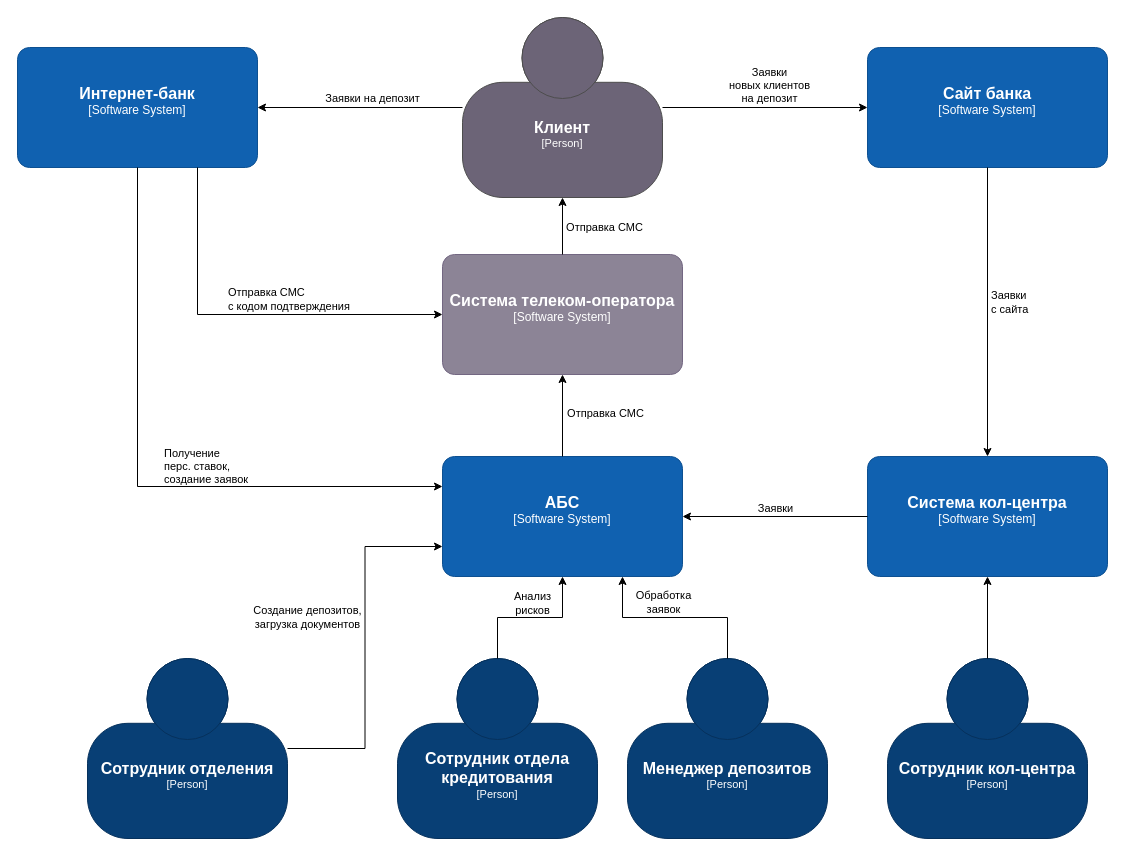
kmaslov/architecture-standart keeps this draw.io diagram as page "context-3" (3 of 6) of diagrams.drawio. Above is the earlier version. Source tidied: cells renumbered, new cells numbered last; positions are measured from the earlier drawing's top-left corner, leaving out a move shared by most shapes. Both pictures are drawn from the tidied source at 100%, with x=0, y=0 at pixel (17, 17).
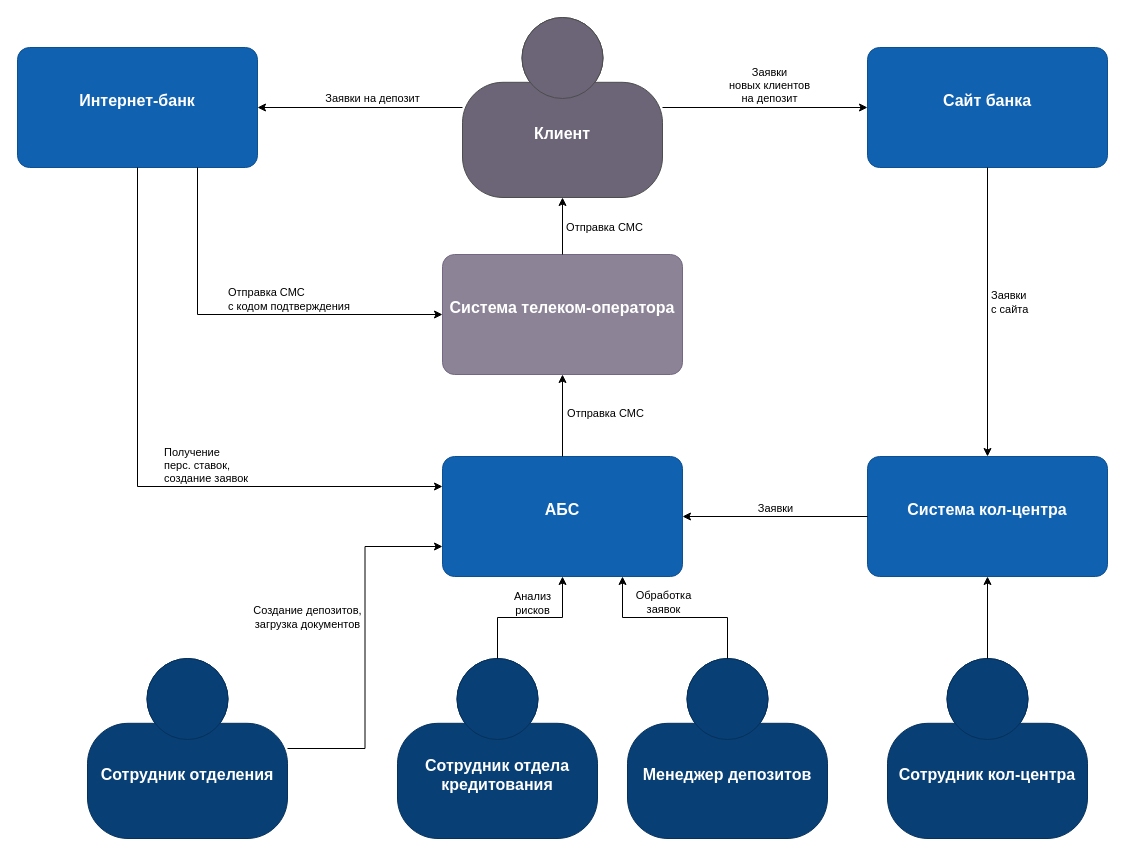
Above is the later version.

The change refers to these unchanged cells:
```xml
<mxCell id="16" style="edgeStyle=orthogonalEdgeStyle;rounded=0;jettySize=auto;html=1;entryX=0;entryY=0.25;entryDx=0;entryDy=0;entryPerimeter=0;exitX=0.5;exitY=1;exitDx=0;exitDy=0;exitPerimeter=0;" parent="1" edge="1" source="12" target="6">
  <mxGeometry relative="1" as="geometry" />
</mxCell>
```

Change to the diagram source:
```diff
@@
-    <object id="2" label="&lt;font style=&quot;font-size: 16px&quot;&gt;&lt;b&gt;%c4Name%&lt;/b&gt;&lt;/font&gt;&lt;div&gt;[%c4Type%]&lt;/div&gt;&lt;br&gt;&lt;div&gt;&lt;font style=&quot;font-size: 11px&quot;&gt;&lt;font color=&quot;#cccccc&quot;&gt;%c4Description%&lt;/font&gt;&lt;/div&gt;" c4Description="" c4Name="Сотрудник отдела кредитования" c4Type="Person" placeholders="1">
+    <object id="2" label="&lt;font style=&quot;font-size: 16px&quot;&gt;&lt;b&gt;%c4Name%&lt;/b&gt;&lt;/font&gt;&lt;div&gt;&lt;/div&gt;&lt;br&gt;&lt;div&gt;&lt;font style=&quot;font-size: 11px&quot;&gt;&lt;font color=&quot;#cccccc&quot;&gt;%c4Description%&lt;/font&gt;&lt;/div&gt;" c4Description="" c4Name="Сотрудник отдела кредитования" placeholders="1">
       <mxCell style="html=1;fontSize=11;dashed=0;whiteSpace=wrap;fillColor=#083F75;strokeColor=#06315C;fontColor=#ffffff;shape=mxgraph.c4.person2;align=center;points=[[0.5,0,0],[1,0.5,0],[1,0.75,0],[0.75,1,0],[0.5,1,0],[0.25,1,0],[0,0.75,0],[0,0.5,0]];" parent="1" vertex="1">
         <mxGeometry x="380" y="641" width="200" height="180" as="geometry" />
       </mxCell>
     </object>
-    <object id="3" label="&lt;font style=&quot;font-size: 16px&quot;&gt;&lt;b&gt;%c4Name%&lt;/b&gt;&lt;/font&gt;&lt;div&gt;[%c4Type%]&lt;/div&gt;&lt;br&gt;&lt;div&gt;&lt;font style=&quot;font-size: 11px&quot;&gt;&lt;font color=&quot;#cccccc&quot;&gt;%c4Description%&lt;/font&gt;&lt;/div&gt;" c4Description="" c4Name="Сотрудник кол-центра" c4Type="Person" placeholders="1">
+    <object id="3" label="&lt;font style=&quot;font-size: 16px&quot;&gt;&lt;b&gt;%c4Name%&lt;/b&gt;&lt;/font&gt;&lt;div&gt;&lt;/div&gt;&lt;br&gt;&lt;div&gt;&lt;font style=&quot;font-size: 11px&quot;&gt;&lt;font color=&quot;#cccccc&quot;&gt;%c4Description%&lt;/font&gt;&lt;/div&gt;" c4Description="" c4Name="Сотрудник кол-центра" placeholders="1">
       <mxCell style="html=1;fontSize=11;dashed=0;whiteSpace=wrap;fillColor=#083F75;strokeColor=#06315C;fontColor=#ffffff;shape=mxgraph.c4.person2;align=center;points=[[0.5,0,0],[1,0.5,0],[1,0.75,0],[0.75,1,0],[0.5,1,0],[0.25,1,0],[0,0.75,0],[0,0.5,0]];" parent="1" vertex="1">
         <mxGeometry x="870" y="641" width="200" height="180" as="geometry" />
       </mxCell>
     </object>
-    <object id="4" label="&lt;font style=&quot;font-size: 16px&quot;&gt;&lt;b&gt;%c4Name%&lt;/b&gt;&lt;/font&gt;&lt;div&gt;[%c4Type%]&lt;/div&gt;&lt;br&gt;&lt;div&gt;&lt;font style=&quot;font-size: 11px&quot;&gt;&lt;font color=&quot;#cccccc&quot;&gt;%c4Description%&lt;/font&gt;&lt;/div&gt;" c4Description="" c4Name="Менеджер депозитов" c4Type="Person" placeholders="1">
+    <object id="4" label="&lt;font style=&quot;font-size: 16px&quot;&gt;&lt;b&gt;%c4Name%&lt;/b&gt;&lt;/font&gt;&lt;div&gt;&lt;/div&gt;&lt;br&gt;&lt;div&gt;&lt;font style=&quot;font-size: 11px&quot;&gt;&lt;font color=&quot;#cccccc&quot;&gt;%c4Description%&lt;/font&gt;&lt;/div&gt;" c4Description="" c4Name="Менеджер депозитов" placeholders="1">
       <mxCell style="html=1;fontSize=11;dashed=0;whiteSpace=wrap;fillColor=#083F75;strokeColor=#06315C;fontColor=#ffffff;shape=mxgraph.c4.person2;align=center;points=[[0.5,0,0],[1,0.5,0],[1,0.75,0],[0.75,1,0],[0.5,1,0],[0.25,1,0],[0,0.75,0],[0,0.5,0]];" parent="1" vertex="1">
         <mxGeometry x="610" y="641" width="200" height="180" as="geometry" />
       </mxCell>
     </object>
-    <object id="5" label="&lt;font style=&quot;font-size: 16px&quot;&gt;&lt;b&gt;%c4Name%&lt;/b&gt;&lt;/font&gt;&lt;div&gt;[%c4Type%]&lt;/div&gt;&lt;br&gt;&lt;div&gt;&lt;font style=&quot;font-size: 11px&quot;&gt;&lt;font color=&quot;#cccccc&quot;&gt;%c4Description%&lt;/font&gt;&lt;/div&gt;" c4Description="" c4Name="Сотрудник отделения" c4Type="Person" placeholders="1">
+    <object id="5" label="&lt;font style=&quot;font-size: 16px&quot;&gt;&lt;b&gt;%c4Name%&lt;/b&gt;&lt;/font&gt;&lt;div&gt;&lt;/div&gt;&lt;br&gt;&lt;div&gt;&lt;font style=&quot;font-size: 11px&quot;&gt;&lt;font color=&quot;#cccccc&quot;&gt;%c4Description%&lt;/font&gt;&lt;/div&gt;" c4Description="" c4Name="Сотрудник отделения" placeholders="1">
       <mxCell style="html=1;fontSize=11;dashed=0;whiteSpace=wrap;fillColor=#083F75;strokeColor=#06315C;fontColor=#ffffff;shape=mxgraph.c4.person2;align=center;points=[[0.5,0,0],[1,0.5,0],[1,0.75,0],[0.75,1,0],[0.5,1,0],[0.25,1,0],[0,0.75,0],[0,0.5,0]];" parent="1" vertex="1">
         <mxGeometry x="70" y="641" width="200" height="180" as="geometry" />
       </mxCell>
     </object>
-    <object id="6" label="&lt;font style=&quot;font-size: 16px&quot;&gt;&lt;b&gt;%c4Name%&lt;/b&gt;&lt;/font&gt;&lt;div&gt;[%c4Type%]&lt;/div&gt;&lt;br&gt;&lt;div&gt;&lt;font style=&quot;font-size: 11px&quot;&gt;&lt;font color=&quot;#cccccc&quot;&gt;%c4Description%&lt;/font&gt;&lt;/div&gt;" c4Description="" c4Name="АБС" c4Type="Software System" placeholders="1">
+    <object id="6" label="&lt;font style=&quot;font-size: 16px&quot;&gt;&lt;b&gt;%c4Name%&lt;/b&gt;&lt;/font&gt;&lt;div&gt;&lt;/div&gt;&lt;br&gt;&lt;div&gt;&lt;font style=&quot;font-size: 11px&quot;&gt;&lt;font color=&quot;#cccccc&quot;&gt;%c4Description%&lt;/font&gt;&lt;/div&gt;" c4Description="" c4Name="АБС" placeholders="1">
       <mxCell style="rounded=1;whiteSpace=wrap;html=1;labelBackgroundColor=none;fillColor=#1061B0;fontColor=#ffffff;align=center;arcSize=10;strokeColor=#0D5091;points=[[0.25,0,0],[0.5,0,0],[0.75,0,0],[1,0.25,0],[1,0.5,0],[1,0.75,0],[0.75,1,0],[0.5,1,0],[0.25,1,0],[0,0.75,0],[0,0.5,0],[0,0.25,0]];" parent="1" vertex="1">
         <mxGeometry x="425" y="439" width="240" height="120" as="geometry" />
       </mxCell>
     </object>
-    <object id="7" label="&lt;font style=&quot;font-size: 16px&quot;&gt;&lt;b&gt;%c4Name%&lt;/b&gt;&lt;/font&gt;&lt;div&gt;[%c4Type%]&lt;/div&gt;&lt;br&gt;&lt;div&gt;&lt;font style=&quot;font-size: 11px&quot;&gt;&lt;font color=&quot;#cccccc&quot;&gt;%c4Description%&lt;/font&gt;&lt;/div&gt;" c4Description="" c4Name="Система кол-центра" c4Type="Software System" placeholders="1">
+    <object id="7" label="&lt;font style=&quot;font-size: 16px&quot;&gt;&lt;b&gt;%c4Name%&lt;/b&gt;&lt;/font&gt;&lt;div&gt;&lt;/div&gt;&lt;br&gt;&lt;div&gt;&lt;font style=&quot;font-size: 11px&quot;&gt;&lt;font color=&quot;#cccccc&quot;&gt;%c4Description%&lt;/font&gt;&lt;/div&gt;" c4Description="" c4Name="Система кол-центра" placeholders="1">
       <mxCell style="rounded=1;whiteSpace=wrap;html=1;labelBackgroundColor=none;fillColor=#1061B0;fontColor=#ffffff;align=center;arcSize=10;strokeColor=#0D5091;points=[[0.25,0,0],[0.5,0,0],[0.75,0,0],[1,0.25,0],[1,0.5,0],[1,0.75,0],[0.75,1,0],[0.5,1,0],[0.25,1,0],[0,0.75,0],[0,0.5,0],[0,0.25,0]];" parent="1" vertex="1">
         <mxGeometry x="850" y="439" width="240" height="120" as="geometry" />
       </mxCell>
     </object>
-    <object id="8" label="&lt;font style=&quot;font-size: 16px&quot;&gt;&lt;b&gt;%c4Name%&lt;/b&gt;&lt;/font&gt;&lt;div&gt;[%c4Type%]&lt;/div&gt;&lt;br&gt;&lt;div&gt;&lt;font style=&quot;font-size: 11px&quot;&gt;&lt;font color=&quot;#cccccc&quot;&gt;%c4Description%&lt;/font&gt;&lt;/div&gt;" c4Description="" c4Name="Система телеком-оператора" c4Type="Software System" placeholders="1">
+    <object id="8" label="&lt;font style=&quot;font-size: 16px&quot;&gt;&lt;b&gt;%c4Name%&lt;/b&gt;&lt;/font&gt;&lt;div&gt;&lt;/div&gt;&lt;br&gt;&lt;div&gt;&lt;font style=&quot;font-size: 11px&quot;&gt;&lt;font color=&quot;#cccccc&quot;&gt;%c4Description%&lt;/font&gt;&lt;/div&gt;" c4Description="" c4Name="Система телеком-оператора" placeholders="1">
       <mxCell style="rounded=1;whiteSpace=wrap;html=1;labelBackgroundColor=none;fillColor=#8C8496;fontColor=#ffffff;align=center;arcSize=10;strokeColor=#736782;points=[[0.25,0,0],[0.5,0,0],[0.75,0,0],[1,0.25,0],[1,0.5,0],[1,0.75,0],[0.75,1,0],[0.5,1,0],[0.25,1,0],[0,0.75,0],[0,0.5,0],[0,0.25,0]];" parent="1" vertex="1">
         <mxGeometry x="425" y="237" width="240" height="120" as="geometry" />
       </mxCell>
     </object>
@@
-    <object id="11" label="&lt;font style=&quot;font-size: 16px&quot;&gt;&lt;b&gt;%c4Name%&lt;/b&gt;&lt;/font&gt;&lt;div&gt;[%c4Type%]&lt;/div&gt;&lt;br&gt;&lt;div&gt;&lt;font style=&quot;font-size: 11px&quot;&gt;&lt;font color=&quot;#cccccc&quot;&gt;%c4Description%&lt;/font&gt;&lt;/div&gt;" c4Description="" c4Name="Клиент" c4Type="Person" placeholders="1">
+    <object id="11" label="&lt;font style=&quot;font-size: 16px&quot;&gt;&lt;b&gt;%c4Name%&lt;/b&gt;&lt;/font&gt;&lt;div&gt;&lt;/div&gt;&lt;br&gt;&lt;div&gt;&lt;font style=&quot;font-size: 11px&quot;&gt;&lt;font color=&quot;#cccccc&quot;&gt;%c4Description%&lt;/font&gt;&lt;/div&gt;" c4Description="" c4Name="Клиент" placeholders="1">
       <mxCell style="html=1;fontSize=11;dashed=0;whiteSpace=wrap;fillColor=#6C6477;strokeColor=#4D4D4D;fontColor=#ffffff;shape=mxgraph.c4.person2;align=center;points=[[0.5,0,0],[1,0.5,0],[1,0.75,0],[0.75,1,0],[0.5,1,0],[0.25,1,0],[0,0.75,0],[0,0.5,0]];" parent="1" vertex="1">
         <mxGeometry x="445" width="200" height="180" as="geometry" />
       </mxCell>
     </object>
-    <object id="12" label="&lt;font style=&quot;font-size: 16px&quot;&gt;&lt;b&gt;%c4Name%&lt;/b&gt;&lt;/font&gt;&lt;div&gt;[%c4Type%]&lt;/div&gt;&lt;br&gt;&lt;div&gt;&lt;font style=&quot;font-size: 11px&quot;&gt;&lt;font color=&quot;#cccccc&quot;&gt;%c4Description%&lt;/font&gt;&lt;/div&gt;" c4Description="" c4Name="Интернет-банк" c4Type="Software System" placeholders="1">
+    <object id="12" label="&lt;font style=&quot;font-size: 16px&quot;&gt;&lt;b&gt;%c4Name%&lt;/b&gt;&lt;/font&gt;&lt;div&gt;&lt;/div&gt;&lt;br&gt;&lt;div&gt;&lt;font style=&quot;font-size: 11px&quot;&gt;&lt;font color=&quot;#cccccc&quot;&gt;%c4Description%&lt;/font&gt;&lt;/div&gt;" c4Description="" c4Name="Интернет-банк" placeholders="1">
       <mxCell style="rounded=1;whiteSpace=wrap;html=1;labelBackgroundColor=none;fillColor=#1061B0;fontColor=#ffffff;align=center;arcSize=10;strokeColor=#0D5091;points=[[0.25,0,0],[0.5,0,0],[0.75,0,0],[1,0.25,0],[1,0.5,0],[1,0.75,0],[0.75,1,0],[0.5,1,0],[0.25,1,0],[0,0.75,0],[0,0.5,0],[0,0.25,0]];" parent="1" vertex="1">
         <mxGeometry y="30" width="240" height="120" as="geometry" />
       </mxCell>
     </object>
-    <object id="13" label="&lt;font style=&quot;font-size: 16px&quot;&gt;&lt;b&gt;%c4Name%&lt;/b&gt;&lt;/font&gt;&lt;div&gt;[%c4Type%]&lt;/div&gt;&lt;br&gt;&lt;div&gt;&lt;font style=&quot;font-size: 11px&quot;&gt;&lt;font color=&quot;#cccccc&quot;&gt;%c4Description%&lt;/font&gt;&lt;/div&gt;" c4Description="" c4Name="Сайт банка" c4Type="Software System" placeholders="1">
+    <object id="13" label="&lt;font style=&quot;font-size: 16px&quot;&gt;&lt;b&gt;%c4Name%&lt;/b&gt;&lt;/font&gt;&lt;div&gt;&lt;/div&gt;&lt;br&gt;&lt;div&gt;&lt;font style=&quot;font-size: 11px&quot;&gt;&lt;font color=&quot;#cccccc&quot;&gt;%c4Description%&lt;/font&gt;&lt;/div&gt;" c4Description="" c4Name="Сайт банка" placeholders="1">
       <mxCell style="rounded=1;whiteSpace=wrap;html=1;labelBackgroundColor=none;fillColor=#1061B0;fontColor=#ffffff;align=center;arcSize=10;strokeColor=#0D5091;points=[[0.25,0,0],[0.5,0,0],[0.75,0,0],[1,0.25,0],[1,0.5,0],[1,0.75,0],[0.75,1,0],[0.5,1,0],[0.25,1,0],[0,0.75,0],[0,0.5,0],[0,0.25,0]];" parent="1" vertex="1">
         <mxGeometry x="850" y="30" width="240" height="120" as="geometry" />
       </mxCell>
     </object>
@@
     <mxCell id="17" value="Получение&lt;br&gt;перс. ставок,&lt;br&gt;создание заявок" style="edgeLabel;html=1;align=left;verticalAlign=middle;" parent="16" vertex="1">
       <mxGeometry x="-0.04" y="-3" relative="1" as="geometry">
-        <mxPoint x="28" y="-2" as="offset" />
+        <mxPoint x="28" y="-3" as="offset" />
       </mxGeometry>
     </mxCell>
```
